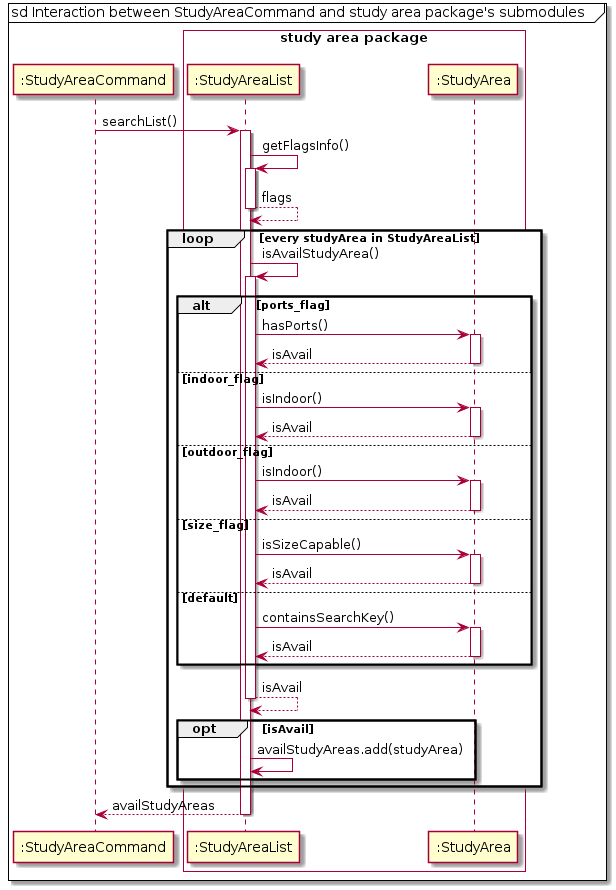
Above: docs/images/sL_sA_interaction.png in terrytay/tp (PlantUML), before the change.
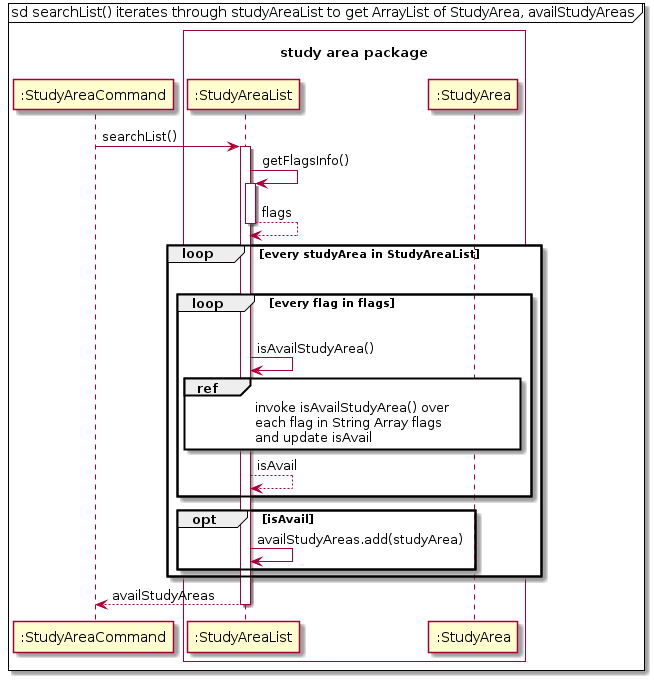
After the change.

The edit, as a diff of the source:
```diff
@@ -1,9 +1,8 @@
 @startuml
-mainframe sd Interaction between StudyAreaCommand and study area package's submodules          qw   aa..
-
+mainframe sd searchList() iterates through studyAreaList to get ArrayList of StudyArea, availStudyAreas
 
 participant ":StudyAreaCommand" as StudyAreaCommand
-box "study area package\n" #white
+box "\nstudy area package\n" #white
 participant ":StudyAreaList" as StudyAreaList
 participant ":StudyArea" as StudyArea
 end box
@@ -17,42 +16,23 @@
     StudyAreaList --> StudyAreaList: flags
   deactivate StudyAreaList
 
+    loop every studyArea in StudyAreaList
+|||
+      loop every flag in flags
+|||
+StudyAreaList -> StudyAreaList : isAvailStudyArea()
+      ref over StudyAreaList, StudyArea
+invoke isAvailStudyArea() over
+each flag in String Array flags
+and update isAvail
+      end ref
+StudyAreaList --> StudyAreaList : isAvail
+end //loop2
 
-    loop every studyArea in StudyAreaList
-    StudyAreaList -> StudyAreaList: isAvailStudyArea()
-    activate StudyAreaList
-      alt ports_flag
-        StudyAreaList -> StudyArea : hasPorts()
-        activate StudyArea
-        StudyArea --> StudyAreaList : isAvail
-        deactivate StudyArea
-      else indoor_flag
-        StudyAreaList -> StudyArea : isIndoor()
-        activate StudyArea
-        StudyArea --> StudyAreaList : isAvail
-       deactivate StudyArea
-      else outdoor_flag
-        StudyAreaList -> StudyArea : isIndoor()
-        activate StudyArea
-        StudyArea --> StudyAreaList : isAvail
-        deactivate StudyArea
-      else size_flag
-        StudyAreaList -> StudyArea : isSizeCapable()
-        activate StudyArea
-        StudyArea --> StudyAreaList : isAvail
-        deactivate StudyArea
-      else default
-        StudyAreaList -> StudyArea : containsSearchKey()
-        activate StudyArea
-        StudyArea --> StudyAreaList : isAvail
-        deactivate StudyArea
-      end
-    StudyAreaList --> StudyAreaList: isAvail
-    deactivate StudyAreaList
     opt isAvail
       StudyAreaList -> StudyAreaList: availStudyAreas.add(studyArea)
     end
-  end
+  end //loop1
 
 StudyAreaList --> StudyAreaCommand: availStudyAreas
 deactivate StudyAreaList
```
